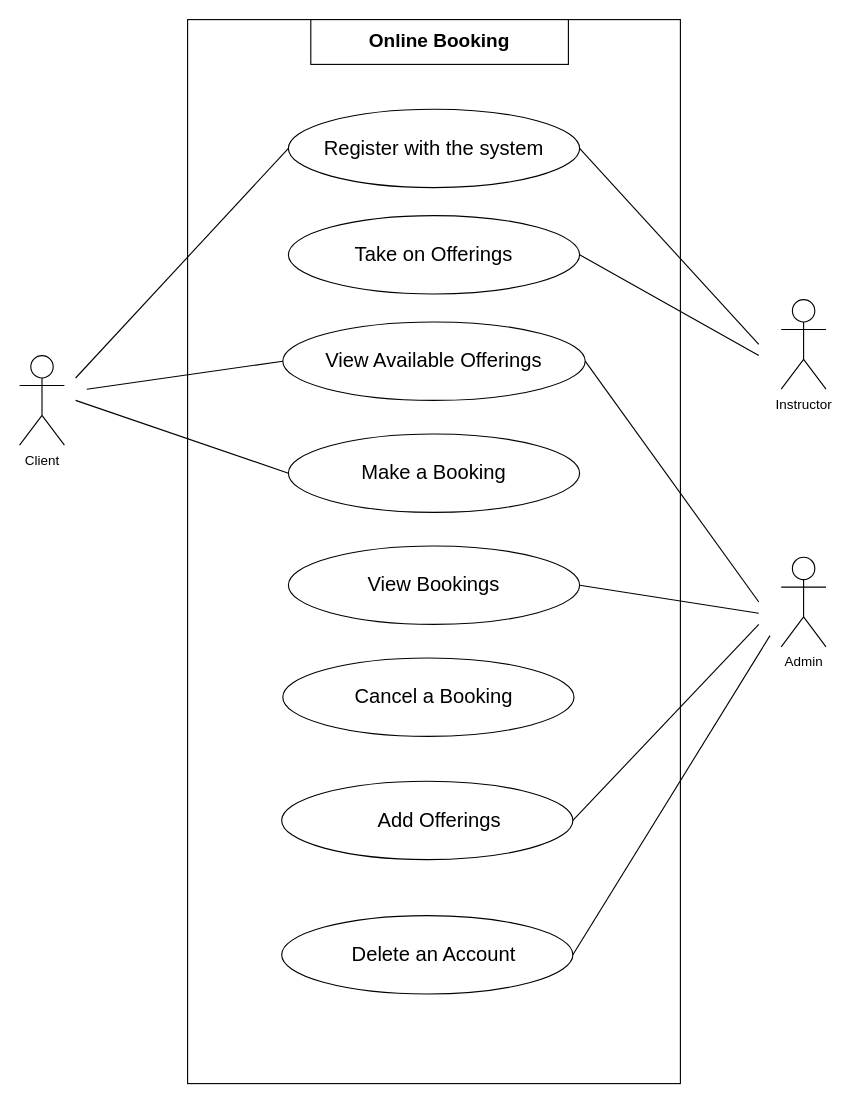
Above: UMLusecase.drawio in nikiada/SOEN342Project (draw.io), before the change. Source tidied: cells renumbered, new cells numbered last; positions are measured from the earlier drawing's top-left corner, leaving out a move shared by most shapes. Both pictures are drawn from the tidied source at 112%, with x=0, y=0 at pixel (19, 19).
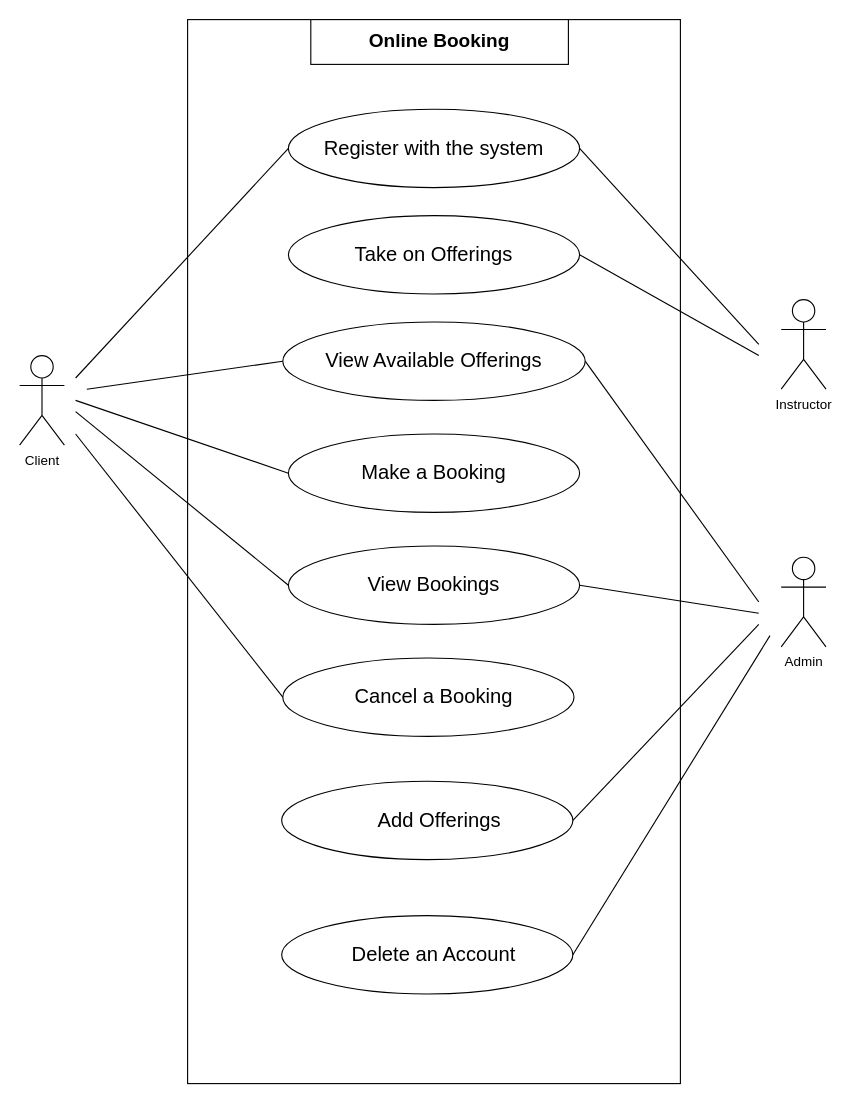
Above is the later version.

Commit message:
relate Client actor to use cases

The change refers to these unchanged cells:
```xml
<mxCell id="17" style="ellipse;whiteSpace=wrap;html=1;" parent="1" vertex="1">
  <mxGeometry x="240" y="470" width="260" height="70" as="geometry" />
</mxCell>
<mxCell id="18" style="ellipse;whiteSpace=wrap;html=1;" parent="1" vertex="1">
  <mxGeometry x="235" y="570" width="260" height="70" as="geometry" />
</mxCell>
```

Change to the diagram source:
```diff
@@
+    <mxCell id="33" style="endArrow=none;html=1;rounded=0;entryX=0;entryY=0.5;entryDx=0;entryDy=0;" parent="1" edge="1" target="17">
+      <mxGeometry relative="1" as="geometry">
+        <mxPoint x="50" y="350" as="sourcePoint" />
+      </mxGeometry>
+    </mxCell>
+    <mxCell id="34" style="endArrow=none;html=1;rounded=0;entryX=0;entryY=0.5;entryDx=0;entryDy=0;" parent="1" edge="1" target="18">
+      <mxGeometry relative="1" as="geometry">
+        <mxPoint x="50" y="370" as="sourcePoint" />
+      </mxGeometry>
+    </mxCell>
```
